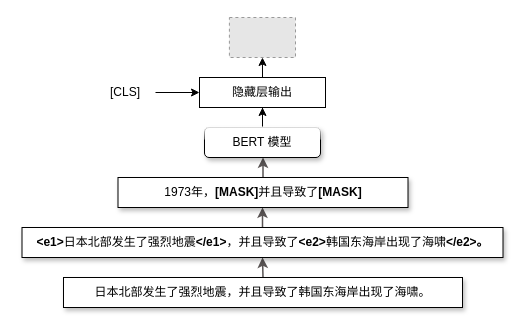
Earlier version of the draw.io diagram page "模糊-Mask" (3 of 14) of 2.drawio (JiaXinLI98/myProject). Source tidied: cells renumbered, new cells numbered last; positions are measured from the earlier drawing's top-left corner, leaving out a move shared by most shapes. Both pictures are drawn from the tidied source at 100%, with x=0, y=0 at pixel (21, 17). Pictures stored in the file or linked from it are replaced by grey dashed boxes.
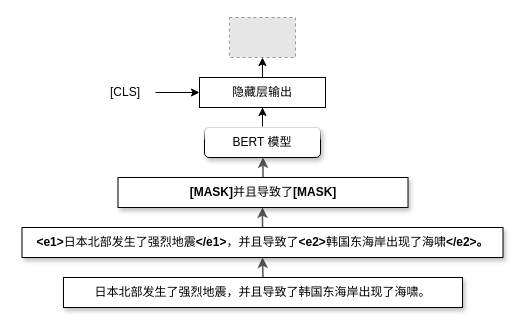
After the change.

Diff of the diagram source:
```diff
@@
 <mxGraphModel>
   <root>
     <mxCell id="0" />
     <mxCell id="1" parent="0" />
     <mxCell id="2" style="edgeStyle=orthogonalEdgeStyle;rounded=0;jettySize=auto;html=1;exitX=0.5;exitY=0;exitDx=0;exitDy=0;entryX=0.5;entryY=1;entryDx=0;entryDy=0;strokeWidth=1.5;strokeColor=#595454;" parent="1" edge="1" source="3" target="5">
       <mxGeometry relative="1" as="geometry" />
     </mxCell>
     <mxCell id="3" value="日本北部发生了强烈地震，并且导致了韩国东海岸出现了海啸。" style="rounded=0;whiteSpace=wrap;html=1;shadow=1;" parent="1" vertex="1">
       <mxGeometry x="42" y="260" width="399" height="30" as="geometry" />
     </mxCell>
     <mxCell id="4" style="edgeStyle=orthogonalEdgeStyle;rounded=0;jettySize=auto;html=1;exitX=0.5;exitY=0;exitDx=0;exitDy=0;strokeWidth=1.5;strokeColor=#595454;" parent="1" edge="1" source="5" target="7">
       <mxGeometry relative="1" as="geometry" />
     </mxCell>
     <mxCell id="5" value="&lt;b&gt;&amp;lt;e1&amp;gt;&lt;/b&gt;日本北部发生了强烈地震&lt;b&gt;&amp;lt;/e1&amp;gt;&lt;/b&gt;，并且导致了&lt;b&gt;&amp;lt;e2&amp;gt;&lt;/b&gt;韩国东海岸出现了海啸&lt;b&gt;&amp;lt;/e2&amp;gt;。&lt;/b&gt;" style="rounded=0;whiteSpace=wrap;html=1;shadow=1;" parent="1" vertex="1">
       <mxGeometry x="0.5" y="210" width="481" height="30" as="geometry" />
     </mxCell>
     <mxCell id="6" style="edgeStyle=orthogonalEdgeStyle;rounded=0;jettySize=auto;html=1;entryX=0.5;entryY=1;entryDx=0;entryDy=0;strokeWidth=1.5;strokeColor=#595454;" parent="1" edge="1" source="7" target="9">
       <mxGeometry relative="1" as="geometry" />
     </mxCell>
-    <mxCell id="7" value="1973年，&lt;b&gt;[MASK]&lt;/b&gt;并且导致了&lt;b&gt;[MASK]&lt;/b&gt;" style="rounded=0;whiteSpace=wrap;html=1;shadow=1;" parent="1" vertex="1">
+    <mxCell id="7" value="&lt;b&gt;[MASK]&lt;/b&gt;并且导致了&lt;b&gt;[MASK]&lt;/b&gt;" style="rounded=0;whiteSpace=wrap;html=1;shadow=1;" parent="1" vertex="1">
       <mxGeometry x="96.5" y="160" width="290" height="30" as="geometry" />
     </mxCell>
     <mxCell id="8" style="edgeStyle=orthogonalEdgeStyle;rounded=0;jettySize=auto;html=1;entryX=0.5;entryY=1;entryDx=0;entryDy=0;" parent="1" edge="1" source="9" target="11">
       <mxGeometry relative="1" as="geometry" />
     </mxCell>
     <mxCell id="9" value="BERT 模型" style="rounded=1;whiteSpace=wrap;html=1;glass=1;shadow=1;" parent="1" vertex="1">
       <mxGeometry x="183" y="110" width="116" height="30" as="geometry" />
     </mxCell>
     <mxCell id="10" style="rounded=0;jettySize=auto;html=1;exitX=0.5;exitY=0;exitDx=0;exitDy=0;" parent="1" edge="1" source="11" target="14">
       <mxGeometry relative="1" as="geometry" />
     </mxCell>
     <mxCell id="11" value="隐藏层输出" style="rounded=0;whiteSpace=wrap;html=1;" parent="1" vertex="1">
       <mxGeometry x="178" y="60" width="126" height="30" as="geometry" />
     </mxCell>
     <mxCell id="12" style="edgeStyle=orthogonalEdgeStyle;rounded=0;jettySize=auto;html=1;entryX=0;entryY=0.5;entryDx=0;entryDy=0;" parent="1" edge="1" source="13" target="11">
       <mxGeometry relative="1" as="geometry" />
     </mxCell>
     <mxCell id="13" value="[CLS]" style="text;html=1;strokeColor=none;fillColor=none;align=center;verticalAlign=middle;whiteSpace=wrap;rounded=0;" parent="1" vertex="1">
       <mxGeometry x="74" y="60" width="60" height="30" as="geometry" />
     </mxCell>
     <mxCell id="14" style="fillColor=#E6E6E6;strokeColor=#999999;dashed=1;verticalLabelPosition=bottom;labelBackgroundColor=default;verticalAlign=top;" parent="1" vertex="1">
       <mxGeometry x="207.9" width="66.1" height="40" as="geometry" />
     </mxCell>
   </root>
 </mxGraphModel>
```
